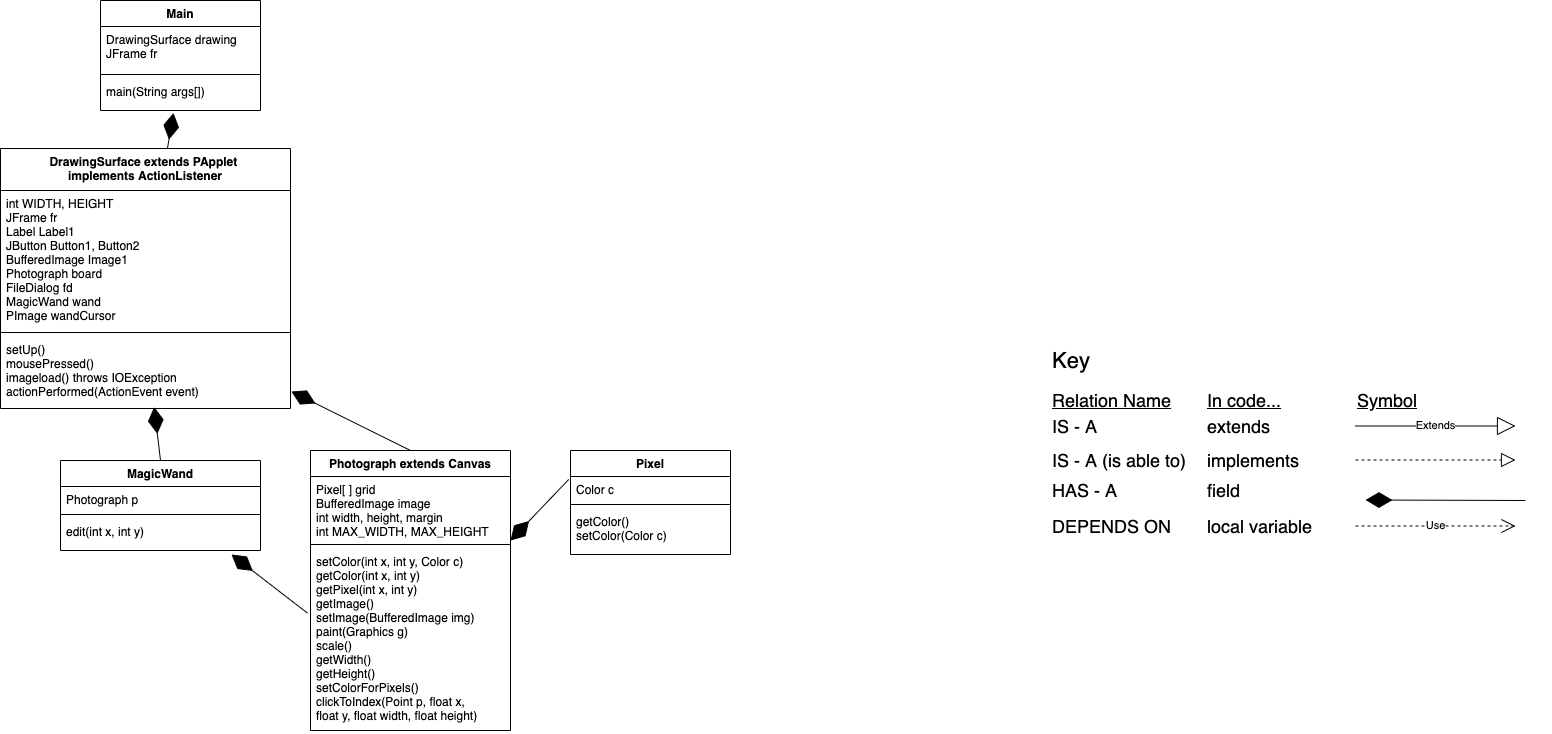
This is BeautifyMe/doc/UML_Beta.png from HHSAPCompSci2020/capstone-project-beautifyme, a draw.io export, as it was before one commit. Source tidied: cells renumbered, new cells last; positions are measured from the earlier drawing's top-left corner, leaving out a move shared by most shapes. Source of this version:
```xml
<mxGraphModel>
  <root>
    <mxCell id="0" />
    <mxCell id="1" parent="0" />
    <mxCell id="2" value="&lt;font style=&quot;font-size: 22px&quot;&gt;Key&lt;/font&gt;" style="text;html=1;align=left;verticalAlign=middle;strokeColor=none;" parent="1" vertex="1">
      <mxGeometry x="1050" y="350" width="50" height="20" as="geometry" />
    </mxCell>
    <mxCell id="3" value="&lt;font style=&quot;font-size: 18px&quot;&gt;IS - A&lt;/font&gt;" style="text;html=1;align=left;verticalAlign=middle;strokeColor=none;" parent="1" vertex="1">
      <mxGeometry x="1050" y="416" width="60" height="20" as="geometry" />
    </mxCell>
    <mxCell id="4" value="&lt;font style=&quot;font-size: 18px&quot;&gt;extends&lt;/font&gt;" style="text;html=1;align=left;verticalAlign=middle;strokeColor=none;" parent="1" vertex="1">
      <mxGeometry x="1205" y="416" width="80" height="20" as="geometry" />
    </mxCell>
    <mxCell id="5" value="&lt;font style=&quot;font-size: 18px&quot;&gt;IS - A (is able to)&lt;/font&gt;" style="text;html=1;align=left;verticalAlign=middle;strokeColor=none;" parent="1" vertex="1">
      <mxGeometry x="1050" y="450" width="150" height="20" as="geometry" />
    </mxCell>
    <mxCell id="6" value="&lt;font style=&quot;font-size: 18px&quot;&gt;HAS - A&lt;/font&gt;" style="text;html=1;align=left;verticalAlign=middle;strokeColor=none;" parent="1" vertex="1">
      <mxGeometry x="1050" y="480" width="80" height="20" as="geometry" />
    </mxCell>
    <mxCell id="7" value="&lt;font style=&quot;font-size: 18px&quot;&gt;DEPENDS ON&lt;/font&gt;" style="text;html=1;align=left;verticalAlign=middle;strokeColor=none;" parent="1" vertex="1">
      <mxGeometry x="1050" y="516" width="130" height="20" as="geometry" />
    </mxCell>
    <mxCell id="8" value="&lt;font style=&quot;font-size: 18px&quot;&gt;implements&lt;/font&gt;" style="text;html=1;align=left;verticalAlign=middle;strokeColor=none;" parent="1" vertex="1">
      <mxGeometry x="1205" y="450" width="110" height="20" as="geometry" />
    </mxCell>
    <mxCell id="9" value="&lt;font style=&quot;font-size: 18px&quot;&gt;field&lt;/font&gt;" style="text;html=1;align=left;verticalAlign=middle;strokeColor=none;" parent="1" vertex="1">
      <mxGeometry x="1205" y="480" width="50" height="20" as="geometry" />
    </mxCell>
    <mxCell id="10" value="&lt;font style=&quot;font-size: 18px&quot;&gt;local variable&lt;/font&gt;" style="text;html=1;align=left;verticalAlign=middle;strokeColor=none;" parent="1" vertex="1">
      <mxGeometry x="1205" y="516" width="120" height="20" as="geometry" />
    </mxCell>
    <mxCell id="11" value="&lt;font style=&quot;font-size: 18px&quot;&gt;&lt;u&gt;Relation Name&lt;/u&gt;&lt;/font&gt;" style="text;html=1;align=left;verticalAlign=middle;strokeColor=none;" parent="1" vertex="1">
      <mxGeometry x="1050" y="390" width="130" height="20" as="geometry" />
    </mxCell>
    <mxCell id="12" value="&lt;font style=&quot;font-size: 18px&quot;&gt;&lt;u&gt;In code...&lt;/u&gt;&lt;/font&gt;" style="text;html=1;align=left;verticalAlign=middle;strokeColor=none;" parent="1" vertex="1">
      <mxGeometry x="1205" y="390" width="90" height="20" as="geometry" />
    </mxCell>
    <mxCell id="13" value="&lt;font style=&quot;font-size: 18px&quot;&gt;&lt;u&gt;Symbol&lt;/u&gt;&lt;/font&gt;" style="text;html=1;align=left;verticalAlign=middle;strokeColor=none;" parent="1" vertex="1">
      <mxGeometry x="1355" y="390" width="80" height="20" as="geometry" />
    </mxCell>
    <mxCell id="14" style="endArrow=block;dashed=1;endFill=0;endSize=12;html=1;" parent="1" edge="1">
      <mxGeometry relative="1" as="geometry">
        <mxPoint x="1355" y="459.5" as="sourcePoint" />
        <mxPoint x="1515" y="459.5" as="targetPoint" />
      </mxGeometry>
    </mxCell>
    <mxCell id="15" value="Use" style="endArrow=open;endSize=12;dashed=1;html=1;" parent="1" edge="1">
      <mxGeometry relative="1" as="geometry">
        <mxPoint x="1355" y="525.5" as="sourcePoint" />
        <mxPoint x="1515" y="525.5" as="targetPoint" />
      </mxGeometry>
    </mxCell>
    <mxCell id="16" style="endArrow=diamondThin;endFill=1;endSize=24;html=1;entryX=0.456;entryY=1.077;entryDx=0;entryDy=0;entryPerimeter=0;" parent="1" edge="1" source="22" target="21">
      <mxGeometry relative="1" as="geometry" />
    </mxCell>
    <mxCell id="17" value="Extends" style="endArrow=block;endSize=16;endFill=0;html=1;" parent="1" edge="1">
      <mxGeometry relative="1" as="geometry">
        <mxPoint x="1355" y="425.5" as="sourcePoint" />
        <mxPoint x="1515" y="425.5" as="targetPoint" />
      </mxGeometry>
    </mxCell>
    <mxCell id="18" value="Main" style="swimlane;fontStyle=1;align=center;verticalAlign=top;horizontal=1;startSize=26;" parent="1" vertex="1">
      <mxGeometry x="100" width="160" height="110" as="geometry" />
    </mxCell>
    <mxCell id="19" value="DrawingSurface drawing&#10;JFrame fr" style="text;strokeColor=none;fillColor=none;align=left;verticalAlign=top;spacingLeft=4;spacingRight=4;overflow=hidden;" parent="18" vertex="1">
      <mxGeometry y="26" width="160" height="44" as="geometry" />
    </mxCell>
    <mxCell id="20" style="line;strokeWidth=1;fillColor=none;align=left;verticalAlign=middle;spacingTop=-1;spacingLeft=3;spacingRight=3;labelPosition=right;" parent="18" vertex="1">
      <mxGeometry y="70" width="160" height="8" as="geometry" />
    </mxCell>
    <mxCell id="21" value="main(String args[])" style="text;strokeColor=none;fillColor=none;align=left;verticalAlign=top;spacingLeft=4;spacingRight=4;overflow=hidden;points=[[0,0.5],[1,0.5]];portConstraint=eastwest;" parent="18" vertex="1">
      <mxGeometry y="78" width="160" height="32" as="geometry" />
    </mxCell>
    <mxCell id="22" value="DrawingSurface extends PApplet  &#10;implements ActionListener" style="swimlane;fontStyle=1;align=center;verticalAlign=top;horizontal=1;startSize=42;" parent="1" vertex="1">
      <mxGeometry y="148" width="290" height="260" as="geometry" />
    </mxCell>
    <mxCell id="23" value="int WIDTH, HEIGHT &#10;JFrame fr&#10;Label Label1&#10;JButton Button1, Button2&#10;BufferedImage Image1&#10;Photograph board&#10;FileDialog fd&#10;MagicWand wand&#10;PImage wandCursor&#10;&#10;" style="text;strokeColor=none;fillColor=none;align=left;verticalAlign=top;spacingLeft=4;spacingRight=4;overflow=hidden;" parent="22" vertex="1">
      <mxGeometry y="42" width="290" height="138" as="geometry" />
    </mxCell>
    <mxCell id="24" style="line;strokeWidth=1;fillColor=none;align=left;verticalAlign=middle;spacingTop=-1;spacingLeft=3;spacingRight=3;labelPosition=right;" parent="22" vertex="1">
      <mxGeometry y="180" width="290" height="8" as="geometry" />
    </mxCell>
    <mxCell id="25" value="setUp()&#10;mousePressed()&#10;imageload() throws IOException&#10;actionPerformed(ActionEvent event)" style="text;strokeColor=none;fillColor=none;align=left;verticalAlign=top;spacingLeft=4;spacingRight=4;overflow=hidden;points=[[0,0.5],[1,0.5]];portConstraint=eastwest;" parent="22" vertex="1">
      <mxGeometry y="188" width="290" height="72" as="geometry" />
    </mxCell>
    <mxCell id="26" value="MagicWand" style="swimlane;fontStyle=1;align=center;verticalAlign=top;horizontal=1;startSize=26;" parent="1" vertex="1">
      <mxGeometry x="60" y="460" width="200" height="90" as="geometry" />
    </mxCell>
    <mxCell id="27" value="Photograph p" style="text;strokeColor=none;fillColor=none;align=left;verticalAlign=top;spacingLeft=4;spacingRight=4;overflow=hidden;" parent="26" vertex="1">
      <mxGeometry y="26" width="200" height="24" as="geometry" />
    </mxCell>
    <mxCell id="28" style="line;strokeWidth=1;fillColor=none;align=left;verticalAlign=middle;spacingTop=-1;spacingLeft=3;spacingRight=3;labelPosition=right;" parent="26" vertex="1">
      <mxGeometry y="50" width="200" height="8" as="geometry" />
    </mxCell>
    <mxCell id="29" value="edit(int x, int y)&#10;" style="text;strokeColor=none;fillColor=none;align=left;verticalAlign=top;spacingLeft=4;spacingRight=4;overflow=hidden;points=[[0,0.5],[1,0.5]];portConstraint=eastwest;" parent="26" vertex="1">
      <mxGeometry y="58" width="200" height="32" as="geometry" />
    </mxCell>
    <mxCell id="30" value="Photograph extends Canvas" style="swimlane;fontStyle=1;align=center;verticalAlign=top;horizontal=1;startSize=26;" parent="1" vertex="1">
      <mxGeometry x="310" y="450" width="200" height="280" as="geometry" />
    </mxCell>
    <mxCell id="31" value="Pixel[ ] grid&#10;BufferedImage image&#10;int width, height, margin&#10;int MAX_WIDTH, MAX_HEIGHT&#10;&#10;" style="text;strokeColor=none;fillColor=none;align=left;verticalAlign=top;spacingLeft=4;spacingRight=4;overflow=hidden;" parent="30" vertex="1">
      <mxGeometry y="26" width="200" height="64" as="geometry" />
    </mxCell>
    <mxCell id="32" style="line;strokeWidth=1;fillColor=none;align=left;verticalAlign=middle;spacingTop=-1;spacingLeft=3;spacingRight=3;labelPosition=right;" parent="30" vertex="1">
      <mxGeometry y="90" width="200" height="8" as="geometry" />
    </mxCell>
    <mxCell id="33" value="setColor(int x, int y, Color c)&#10;getColor(int x, int y)&#10;getPixel(int x, int y)&#10;getImage()&#10;setImage(BufferedImage img)&#10;paint(Graphics g)&#10;scale()&#10;getWidth()&#10;getHeight()&#10;setColorForPixels()&#10;clickToIndex(Point p, float x, &#10;float y, float width, float height)" style="text;strokeColor=none;fillColor=none;align=left;verticalAlign=top;spacingLeft=4;spacingRight=4;overflow=hidden;points=[[0,0.5],[1,0.5]];portConstraint=eastwest;" parent="30" vertex="1">
      <mxGeometry y="98" width="200" height="182" as="geometry" />
    </mxCell>
    <mxCell id="34" style="endArrow=diamondThin;endFill=1;endSize=24;html=1;" parent="1" edge="1">
      <mxGeometry relative="1" as="geometry">
        <mxPoint x="1525" y="500" as="sourcePoint" />
        <mxPoint x="1365" y="499.5" as="targetPoint" />
      </mxGeometry>
    </mxCell>
    <mxCell id="35" style="endArrow=diamondThin;endFill=1;endSize=24;html=1;entryX=0.53;entryY=0.98;entryDx=0;entryDy=0;entryPerimeter=0;exitX=0.5;exitY=0;exitDx=0;exitDy=0;" parent="1" edge="1" source="26" target="25">
      <mxGeometry relative="1" as="geometry" />
    </mxCell>
    <mxCell id="36" style="endArrow=diamondThin;endFill=1;endSize=24;html=1;entryX=1.003;entryY=0.764;entryDx=0;entryDy=0;entryPerimeter=0;exitX=0.5;exitY=0;exitDx=0;exitDy=0;" parent="1" edge="1" source="30" target="25">
      <mxGeometry relative="1" as="geometry" />
    </mxCell>
    <mxCell id="37" value="Pixel" style="swimlane;fontStyle=1;align=center;verticalAlign=top;horizontal=1;startSize=26;" parent="1" vertex="1">
      <mxGeometry x="570" y="450" width="160" height="104" as="geometry" />
    </mxCell>
    <mxCell id="38" value="Color c" style="text;strokeColor=none;fillColor=none;align=left;verticalAlign=top;spacingLeft=4;spacingRight=4;overflow=hidden;points=[[0,0.5],[1,0.5]];portConstraint=eastwest;" parent="37" vertex="1">
      <mxGeometry y="26" width="160" height="24" as="geometry" />
    </mxCell>
    <mxCell id="39" style="line;strokeWidth=1;fillColor=none;align=left;verticalAlign=middle;spacingTop=-1;spacingLeft=3;spacingRight=3;labelPosition=right;" parent="37" vertex="1">
      <mxGeometry y="50" width="160" height="8" as="geometry" />
    </mxCell>
    <mxCell id="40" value="getColor()&#10;setColor(Color c) " style="text;strokeColor=none;fillColor=none;align=left;verticalAlign=top;spacingLeft=4;spacingRight=4;overflow=hidden;" parent="37" vertex="1">
      <mxGeometry y="58" width="160" height="46" as="geometry" />
    </mxCell>
    <mxCell id="41" style="endArrow=diamondThin;endFill=1;endSize=24;html=1;entryX=0.855;entryY=1.125;entryDx=0;entryDy=0;entryPerimeter=0;exitX=-0.015;exitY=0.355;exitDx=0;exitDy=0;exitPerimeter=0;" parent="1" edge="1" source="33" target="29">
      <mxGeometry relative="1" as="geometry" />
    </mxCell>
    <mxCell id="42" style="endArrow=diamondThin;endFill=1;endSize=24;html=1;entryX=0.855;entryY=1.125;entryDx=0;entryDy=0;entryPerimeter=0;exitX=-0.011;exitY=0.122;exitDx=0;exitDy=0;exitPerimeter=0;" parent="1" edge="1" source="38">
      <mxGeometry relative="1" as="geometry">
        <mxPoint x="510" y="540" as="targetPoint" />
      </mxGeometry>
    </mxCell>
  </root>
</mxGraphModel>
```
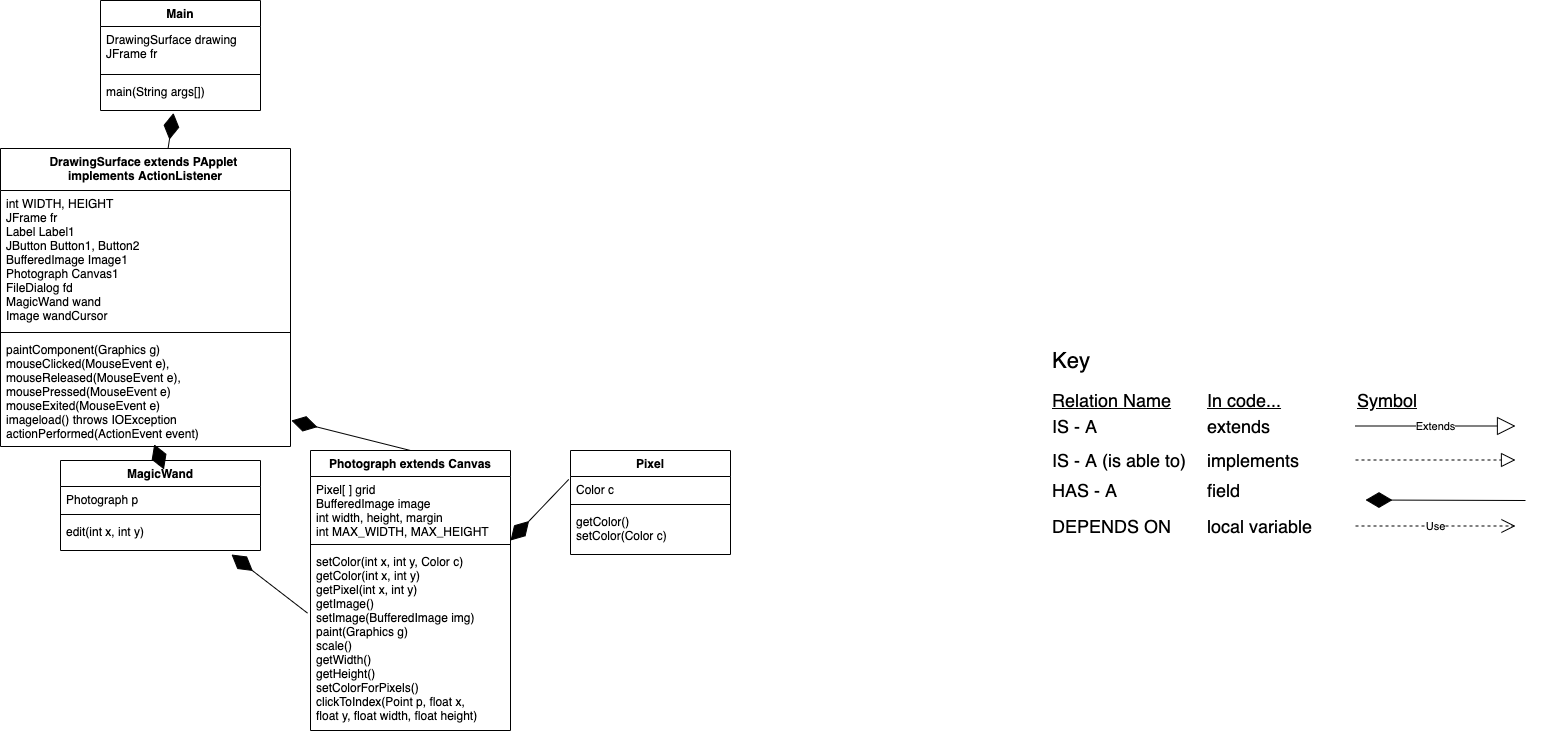
The same file after the commit.

Commit message:
BETA build

What changed in the source:
```diff
@@ -72,16 +72,16 @@
       <mxGeometry y="78" width="160" height="32" as="geometry" />
     </mxCell>
     <mxCell id="22" value="DrawingSurface extends PApplet  &#10;implements ActionListener" style="swimlane;fontStyle=1;align=center;verticalAlign=top;horizontal=1;startSize=42;" parent="1" vertex="1">
-      <mxGeometry y="148" width="290" height="260" as="geometry" />
+      <mxGeometry y="148" width="290" height="298" as="geometry" />
     </mxCell>
-    <mxCell id="23" value="int WIDTH, HEIGHT &#10;JFrame fr&#10;Label Label1&#10;JButton Button1, Button2&#10;BufferedImage Image1&#10;Photograph board&#10;FileDialog fd&#10;MagicWand wand&#10;PImage wandCursor&#10;&#10;" style="text;strokeColor=none;fillColor=none;align=left;verticalAlign=top;spacingLeft=4;spacingRight=4;overflow=hidden;" parent="22" vertex="1">
+    <mxCell id="23" value="int WIDTH, HEIGHT &#10;JFrame fr&#10;Label Label1&#10;JButton Button1, Button2&#10;BufferedImage Image1&#10;Photograph Canvas1&#10;FileDialog fd&#10;MagicWand wand&#10;Image wandCursor&#10;&#10;" style="text;strokeColor=none;fillColor=none;align=left;verticalAlign=top;spacingLeft=4;spacingRight=4;overflow=hidden;" parent="22" vertex="1">
       <mxGeometry y="42" width="290" height="138" as="geometry" />
     </mxCell>
     <mxCell id="24" style="line;strokeWidth=1;fillColor=none;align=left;verticalAlign=middle;spacingTop=-1;spacingLeft=3;spacingRight=3;labelPosition=right;" parent="22" vertex="1">
       <mxGeometry y="180" width="290" height="8" as="geometry" />
     </mxCell>
-    <mxCell id="25" value="setUp()&#10;mousePressed()&#10;imageload() throws IOException&#10;actionPerformed(ActionEvent event)" style="text;strokeColor=none;fillColor=none;align=left;verticalAlign=top;spacingLeft=4;spacingRight=4;overflow=hidden;points=[[0,0.5],[1,0.5]];portConstraint=eastwest;" parent="22" vertex="1">
-      <mxGeometry y="188" width="290" height="72" as="geometry" />
+    <mxCell id="25" value="paintComponent(Graphics g)&#10;mouseClicked(MouseEvent e), &#10;mouseReleased(MouseEvent e),&#10;mousePressed(MouseEvent e)&#10;mouseExited(MouseEvent e)&#10;imageload() throws IOException&#10;actionPerformed(ActionEvent event)" style="text;strokeColor=none;fillColor=none;align=left;verticalAlign=top;spacingLeft=4;spacingRight=4;overflow=hidden;points=[[0,0.5],[1,0.5]];portConstraint=eastwest;" parent="22" vertex="1">
+      <mxGeometry y="188" width="290" height="110" as="geometry" />
     </mxCell>
     <mxCell id="26" value="MagicWand" style="swimlane;fontStyle=1;align=center;verticalAlign=top;horizontal=1;startSize=26;" parent="1" vertex="1">
       <mxGeometry x="60" y="460" width="200" height="90" as="geometry" />
```
